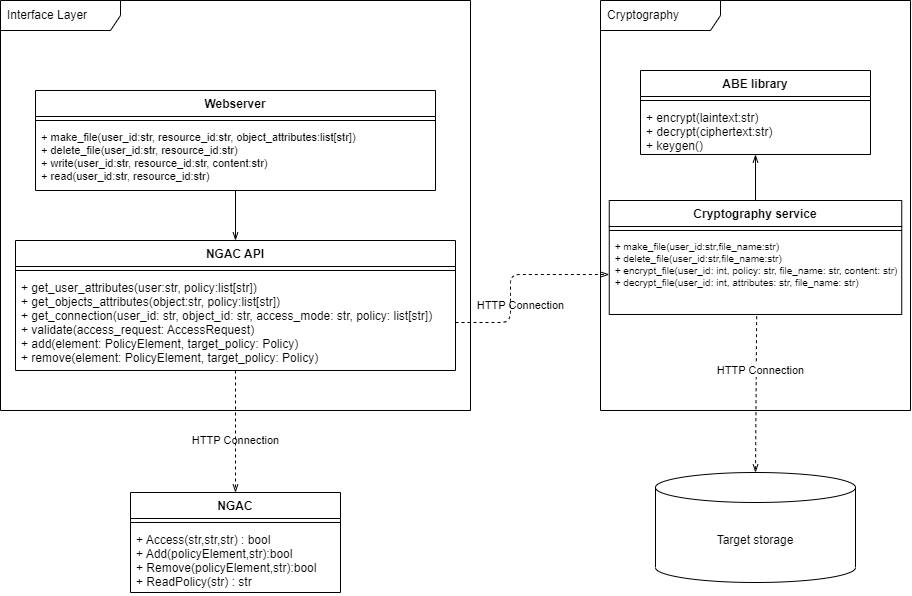
This is docs/design/system/system_design.drawio.png from ivajon/NGAC_ABE, a draw.io export, as it was before one commit. Source tidied: cells renumbered, new cells last; positions are measured from the earlier drawing's top-left corner, leaving out a move shared by most shapes. The source it was exported from:
```xml
<mxGraphModel>
  <root>
    <mxCell id="0" />
    <mxCell id="1" parent="0" />
    <mxCell id="2" value="Interface Layer" style="shape=umlFrame;whiteSpace=wrap;html=1;width=120;height=30;boundedLbl=1;verticalAlign=middle;align=left;spacingLeft=5;" parent="1" vertex="1">
      <mxGeometry width="470" height="410" as="geometry" />
    </mxCell>
    <mxCell id="3" style="edgeStyle=none;html=1;exitX=0.5;exitY=1;exitDx=0;exitDy=0;entryX=0.5;entryY=0;entryDx=0;entryDy=0;fontSize=11;endArrow=openThin;endFill=0;" parent="1" edge="1" source="4" target="7">
      <mxGeometry relative="1" as="geometry" />
    </mxCell>
    <mxCell id="4" value="Webserver" style="swimlane;fontStyle=1;align=center;verticalAlign=top;horizontal=1;startSize=26;" parent="1" vertex="1">
      <mxGeometry x="35" y="90" width="400" height="100" as="geometry" />
    </mxCell>
    <mxCell id="5" style="line;strokeWidth=1;fillColor=none;align=left;verticalAlign=middle;spacingTop=-1;spacingLeft=3;spacingRight=3;labelPosition=right;" parent="4" vertex="1">
      <mxGeometry y="26" width="400" height="8" as="geometry" />
    </mxCell>
    <mxCell id="6" value="+ make_file(user_id:str, resource_id:str, object_attributes:list[str])&#10;+ delete_file(user_id:str, resource_id:str)&#10;+ write(user_id:str, resource_id:str, content:str)&#10;+ read(user_id:str, resource_id:str)" style="text;strokeColor=none;fillColor=none;align=left;verticalAlign=top;spacingLeft=4;spacingRight=4;overflow=hidden;fontSize=11;" parent="4" vertex="1">
      <mxGeometry y="34" width="400" height="66" as="geometry" />
    </mxCell>
    <mxCell id="7" value="NGAC API" style="swimlane;fontStyle=1;align=center;verticalAlign=top;horizontal=1;startSize=26;" parent="1" vertex="1">
      <mxGeometry x="15" y="240" width="440" height="130" as="geometry" />
    </mxCell>
    <mxCell id="8" style="line;strokeWidth=1;fillColor=none;align=left;verticalAlign=middle;spacingTop=-1;spacingLeft=3;spacingRight=3;labelPosition=right;" parent="7" vertex="1">
      <mxGeometry y="26" width="440" height="8" as="geometry" />
    </mxCell>
    <mxCell id="9" value="+ get_user_attributes(user:str, policy:list[str])&#10;+ get_objects_attributes(object:str, policy:list[str])&#10;+ get_connection(user_id: str, object_id: str, access_mode: str, policy: list[str])&#10;+ validate(access_request: AccessRequest)&#10;+ add(element: PolicyElement, target_policy: Policy)&#10;+ remove(element: PolicyElement, target_policy: Policy)" style="text;strokeColor=none;fillColor=none;align=left;verticalAlign=top;spacingLeft=4;spacingRight=4;overflow=hidden;points=[[0,0.5],[1,0.5]];portConstraint=eastwest;" parent="7" vertex="1">
      <mxGeometry y="34" width="440" height="96" as="geometry" />
    </mxCell>
    <mxCell id="10" value="Cryptography" style="shape=umlFrame;whiteSpace=wrap;html=1;width=120;height=30;boundedLbl=1;verticalAlign=middle;align=left;spacingLeft=5;" parent="1" vertex="1">
      <mxGeometry x="600" width="310" height="410" as="geometry" />
    </mxCell>
    <mxCell id="11" value="&lt;span&gt;Target storage&lt;/span&gt;" style="shape=cylinder3;whiteSpace=wrap;html=1;boundedLbl=1;backgroundOutline=1;size=15;" parent="1" vertex="1">
      <mxGeometry x="655" y="472" width="200" height="110" as="geometry" />
    </mxCell>
    <mxCell id="12" style="edgeStyle=none;html=1;entryX=0.5;entryY=0;entryDx=0;entryDy=0;entryPerimeter=0;dashed=1;endArrow=openThin;endFill=0;exitX=0.504;exitY=1.021;exitDx=0;exitDy=0;exitPerimeter=0;" parent="1" edge="1" source="16" target="11">
      <mxGeometry relative="1" as="geometry" />
    </mxCell>
    <mxCell id="13" style="edgeStyle=none;html=1;exitX=0.5;exitY=0;exitDx=0;exitDy=0;entryX=0.5;entryY=1;entryDx=0;entryDy=0;endArrow=openThin;endFill=0;" parent="1" edge="1" source="14" target="23">
      <mxGeometry relative="1" as="geometry" />
    </mxCell>
    <mxCell id="14" value="Cryptography service" style="swimlane;fontStyle=1;align=center;verticalAlign=top;horizontal=1;startSize=26;" parent="1" vertex="1">
      <mxGeometry x="608.8" y="200" width="292.5" height="114" as="geometry" />
    </mxCell>
    <mxCell id="15" style="line;strokeWidth=1;fillColor=none;align=left;verticalAlign=middle;spacingTop=-1;spacingLeft=3;spacingRight=3;labelPosition=right;" parent="14" vertex="1">
      <mxGeometry y="26" width="292.5" height="8" as="geometry" />
    </mxCell>
    <mxCell id="16" value="+ make_file(user_id:str,file_name:str)&#10;+ delete_file(user_id:str,file_name:str)&#10;+ encrypt_file(user_id: int, policy: str, file_name: str, content: str)&#10;+ decrypt_file(user_id: int, attributes: str, file_name: str)" style="text;strokeColor=none;fillColor=none;align=left;verticalAlign=top;spacingLeft=4;spacingRight=4;overflow=hidden;points=[[0,0.5],[1,0.5]];portConstraint=eastwest;fontSize=10;" parent="14" vertex="1">
      <mxGeometry y="34" width="292.5" height="80" as="geometry" />
    </mxCell>
    <mxCell id="17" value="NGAC" style="swimlane;fontStyle=1;align=center;verticalAlign=top;horizontal=1;startSize=26;" parent="1" vertex="1">
      <mxGeometry x="130" y="492" width="210" height="100" as="geometry" />
    </mxCell>
    <mxCell id="18" style="line;strokeWidth=1;fillColor=none;align=left;verticalAlign=middle;spacingTop=-1;spacingLeft=3;spacingRight=3;labelPosition=right;" parent="17" vertex="1">
      <mxGeometry y="26" width="210" height="8" as="geometry" />
    </mxCell>
    <mxCell id="19" value="+ Access(str,str,str) : bool&#10;+ Add(policyElement,str):bool&#10;+ Remove(policyElement,str):bool&#10;+ ReadPolicy(str) : str&#10;" style="text;strokeColor=none;fillColor=none;align=left;verticalAlign=top;spacingLeft=4;spacingRight=4;overflow=hidden;points=[[0,0.5],[1,0.5]];portConstraint=eastwest;" parent="17" vertex="1">
      <mxGeometry y="34" width="210" height="66" as="geometry" />
    </mxCell>
    <mxCell id="20" value="HTTP Connection" style="edgeLabel;html=1;align=center;verticalAlign=middle;" parent="1" vertex="1">
      <mxGeometry x="520" y="305" as="geometry" />
    </mxCell>
    <mxCell id="21" value="HTTP Connection" style="edgeLabel;html=1;align=center;verticalAlign=middle;" parent="1" vertex="1">
      <mxGeometry x="760" y="370" as="geometry" />
    </mxCell>
    <mxCell id="22" value="HTTP Connection" style="edgeLabel;html=1;align=center;verticalAlign=middle;" parent="1" vertex="1">
      <mxGeometry x="235" y="440" as="geometry" />
    </mxCell>
    <mxCell id="23" value="ABE library" style="swimlane;fontStyle=1;align=center;verticalAlign=top;horizontal=1;startSize=26;" parent="1" vertex="1">
      <mxGeometry x="640" y="70" width="230" height="84" as="geometry" />
    </mxCell>
    <mxCell id="24" style="line;strokeWidth=1;fillColor=none;align=left;verticalAlign=middle;spacingTop=-1;spacingLeft=3;spacingRight=3;labelPosition=right;" parent="23" vertex="1">
      <mxGeometry y="26" width="230" height="8" as="geometry" />
    </mxCell>
    <mxCell id="25" value="+ encrypt(laintext:str)&#10;+ decrypt(ciphertext:str)&#10;+ keygen()" style="text;strokeColor=none;fillColor=none;align=left;verticalAlign=top;spacingLeft=4;spacingRight=4;overflow=hidden;" parent="23" vertex="1">
      <mxGeometry y="34" width="230" height="50" as="geometry" />
    </mxCell>
    <mxCell id="26" style="edgeStyle=none;html=1;dashed=1;endArrow=openThin;endFill=0;entryX=0.5;entryY=0;entryDx=0;entryDy=0;exitX=0.5;exitY=1;exitDx=0;exitDy=0;exitPerimeter=0;" parent="1" edge="1" source="9" target="17">
      <mxGeometry relative="1" as="geometry" />
    </mxCell>
    <mxCell id="27" style="edgeStyle=none;html=1;exitX=1;exitY=0.5;exitDx=0;exitDy=0;entryX=0;entryY=0.5;entryDx=0;entryDy=0;fontSize=11;endArrow=openThin;endFill=0;dashed=1;" parent="1" edge="1" source="9" target="16">
      <mxGeometry relative="1" as="geometry">
        <Array as="points">
          <mxPoint x="510" y="322" />
          <mxPoint x="510" y="300" />
          <mxPoint x="510" y="274" />
        </Array>
      </mxGeometry>
    </mxCell>
  </root>
</mxGraphModel>
```
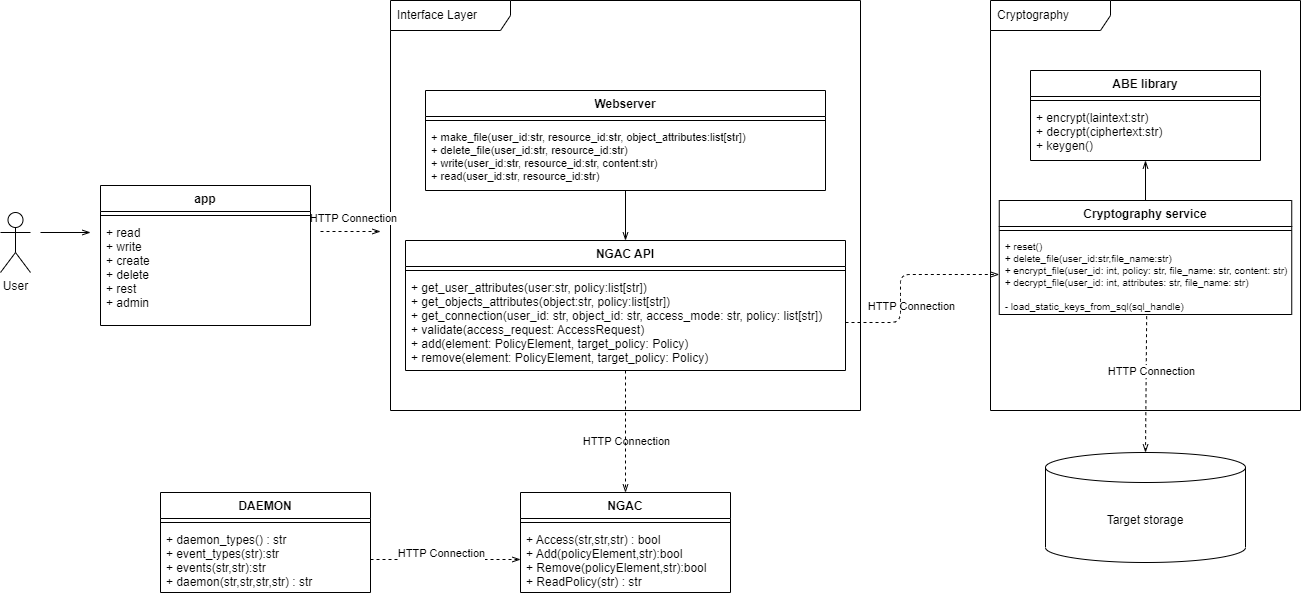
Above is the later version.

The edit, as a diff of the source:
```diff
@@ -30,11 +30,11 @@
       <mxGeometry x="600" width="310" height="410" as="geometry" />
     </mxCell>
     <mxCell id="11" value="&lt;span&gt;Target storage&lt;/span&gt;" style="shape=cylinder3;whiteSpace=wrap;html=1;boundedLbl=1;backgroundOutline=1;size=15;" parent="1" vertex="1">
-      <mxGeometry x="655" y="472" width="200" height="110" as="geometry" />
+      <mxGeometry x="655" y="452" width="200" height="110" as="geometry" />
     </mxCell>
-    <mxCell id="12" style="edgeStyle=none;html=1;entryX=0.5;entryY=0;entryDx=0;entryDy=0;entryPerimeter=0;dashed=1;endArrow=openThin;endFill=0;exitX=0.504;exitY=1.021;exitDx=0;exitDy=0;exitPerimeter=0;" parent="1" edge="1" source="16" target="11">
-      <mxGeometry relative="1" as="geometry" />
-    </mxCell>
+    <mxCell id="28" style="edgeStyle=none;html=1;entryX=0.5;entryY=0;entryDx=0;entryDy=0;entryPerimeter=0;dashed=1;endArrow=openThin;endFill=0;exitX=0.504;exitY=1.021;exitDx=0;exitDy=0;exitPerimeter=0;" parent="1" edge="1" source="29" target="11">
+      <mxGeometry relative="1" as="geometry" />
+    </mxCell>
     <mxCell id="13" style="edgeStyle=none;html=1;exitX=0.5;exitY=0;exitDx=0;exitDy=0;entryX=0.5;entryY=1;entryDx=0;entryDy=0;endArrow=openThin;endFill=0;" parent="1" edge="1" source="14" target="23">
       <mxGeometry relative="1" as="geometry" />
     </mxCell>
@@ -44,47 +44,91 @@
     <mxCell id="15" style="line;strokeWidth=1;fillColor=none;align=left;verticalAlign=middle;spacingTop=-1;spacingLeft=3;spacingRight=3;labelPosition=right;" parent="14" vertex="1">
       <mxGeometry y="26" width="292.5" height="8" as="geometry" />
     </mxCell>
-    <mxCell id="16" value="+ make_file(user_id:str,file_name:str)&#10;+ delete_file(user_id:str,file_name:str)&#10;+ encrypt_file(user_id: int, policy: str, file_name: str, content: str)&#10;+ decrypt_file(user_id: int, attributes: str, file_name: str)" style="text;strokeColor=none;fillColor=none;align=left;verticalAlign=top;spacingLeft=4;spacingRight=4;overflow=hidden;points=[[0,0.5],[1,0.5]];portConstraint=eastwest;fontSize=10;" parent="14" vertex="1">
-      <mxGeometry y="34" width="292.5" height="80" as="geometry" />
-    </mxCell>
+    <mxCell id="29" value="+ reset()&#10;+ delete_file(user_id:str,file_name:str)&#10;+ encrypt_file(user_id: int, policy: str, file_name: str, content: str)&#10;+ decrypt_file(user_id: int, attributes: str, file_name: str)&#10;&#10;- load_static_keys_from_sql(sql_handle)" style="text;strokeColor=none;fillColor=none;align=left;verticalAlign=top;spacingLeft=4;spacingRight=4;overflow=hidden;points=[[0,0.5],[1,0.5]];portConstraint=eastwest;fontSize=10;" parent="14" vertex="1">
+      <mxGeometry y="34" width="292.5" height="80" as="geometry" />
+    </mxCell>
     <mxCell id="17" value="NGAC" style="swimlane;fontStyle=1;align=center;verticalAlign=top;horizontal=1;startSize=26;" parent="1" vertex="1">
       <mxGeometry x="130" y="492" width="210" height="100" as="geometry" />
     </mxCell>
-    <mxCell id="18" style="line;strokeWidth=1;fillColor=none;align=left;verticalAlign=middle;spacingTop=-1;spacingLeft=3;spacingRight=3;labelPosition=right;" parent="17" vertex="1">
-      <mxGeometry y="26" width="210" height="8" as="geometry" />
-    </mxCell>
+    <mxCell id="30" style="line;strokeWidth=1;fillColor=none;align=left;verticalAlign=middle;spacingTop=-1;spacingLeft=3;spacingRight=3;labelPosition=right;" parent="17" vertex="1">
+      <mxGeometry y="26" width="210" height="8" as="geometry" />
+    </mxCell>
     <mxCell id="19" value="+ Access(str,str,str) : bool&#10;+ Add(policyElement,str):bool&#10;+ Remove(policyElement,str):bool&#10;+ ReadPolicy(str) : str&#10;" style="text;strokeColor=none;fillColor=none;align=left;verticalAlign=top;spacingLeft=4;spacingRight=4;overflow=hidden;points=[[0,0.5],[1,0.5]];portConstraint=eastwest;" parent="17" vertex="1">
       <mxGeometry y="34" width="210" height="66" as="geometry" />
     </mxCell>
-    <mxCell id="20" value="HTTP Connection" style="edgeLabel;html=1;align=center;verticalAlign=middle;" parent="1" vertex="1">
-      <mxGeometry x="520" y="305" as="geometry" />
-    </mxCell>
-    <mxCell id="21" value="HTTP Connection" style="edgeLabel;html=1;align=center;verticalAlign=middle;" parent="1" vertex="1">
-      <mxGeometry x="760" y="370" as="geometry" />
-    </mxCell>
-    <mxCell id="22" value="HTTP Connection" style="edgeLabel;html=1;align=center;verticalAlign=middle;" parent="1" vertex="1">
-      <mxGeometry x="235" y="440" as="geometry" />
-    </mxCell>
+    <mxCell id="31" value="HTTP Connection" style="edgeLabel;html=1;align=center;verticalAlign=middle;" parent="1" vertex="1">
+      <mxGeometry x="520" y="305" as="geometry" />
+    </mxCell>
+    <mxCell id="32" value="HTTP Connection" style="edgeLabel;html=1;align=center;verticalAlign=middle;" parent="1" vertex="1">
+      <mxGeometry x="760" y="370" as="geometry" />
+    </mxCell>
+    <mxCell id="33" value="HTTP Connection" style="edgeLabel;html=1;align=center;verticalAlign=middle;" parent="1" vertex="1">
+      <mxGeometry x="235" y="440" as="geometry" />
+    </mxCell>
     <mxCell id="23" value="ABE library" style="swimlane;fontStyle=1;align=center;verticalAlign=top;horizontal=1;startSize=26;" parent="1" vertex="1">
-      <mxGeometry x="640" y="70" width="230" height="84" as="geometry" />
+      <mxGeometry x="640" y="70" width="230" height="90" as="geometry" />
     </mxCell>
     <mxCell id="24" style="line;strokeWidth=1;fillColor=none;align=left;verticalAlign=middle;spacingTop=-1;spacingLeft=3;spacingRight=3;labelPosition=right;" parent="23" vertex="1">
       <mxGeometry y="26" width="230" height="8" as="geometry" />
     </mxCell>
     <mxCell id="25" value="+ encrypt(laintext:str)&#10;+ decrypt(ciphertext:str)&#10;+ keygen()" style="text;strokeColor=none;fillColor=none;align=left;verticalAlign=top;spacingLeft=4;spacingRight=4;overflow=hidden;" parent="23" vertex="1">
-      <mxGeometry y="34" width="230" height="50" as="geometry" />
+      <mxGeometry y="34" width="230" height="56" as="geometry" />
     </mxCell>
     <mxCell id="26" style="edgeStyle=none;html=1;dashed=1;endArrow=openThin;endFill=0;entryX=0.5;entryY=0;entryDx=0;entryDy=0;exitX=0.5;exitY=1;exitDx=0;exitDy=0;exitPerimeter=0;" parent="1" edge="1" source="9" target="17">
       <mxGeometry relative="1" as="geometry" />
     </mxCell>
-    <mxCell id="27" style="edgeStyle=none;html=1;exitX=1;exitY=0.5;exitDx=0;exitDy=0;entryX=0;entryY=0.5;entryDx=0;entryDy=0;fontSize=11;endArrow=openThin;endFill=0;dashed=1;" parent="1" edge="1" source="9" target="16">
-      <mxGeometry relative="1" as="geometry">
-        <Array as="points">
-          <mxPoint x="510" y="322" />
-          <mxPoint x="510" y="300" />
-          <mxPoint x="510" y="274" />
-        </Array>
-      </mxGeometry>
-    </mxCell>
+    <mxCell id="34" style="edgeStyle=none;html=1;exitX=1;exitY=0.5;exitDx=0;exitDy=0;entryX=0;entryY=0.5;entryDx=0;entryDy=0;fontSize=11;endArrow=openThin;endFill=0;dashed=1;" parent="1" edge="1" source="9" target="29">
+      <mxGeometry relative="1" as="geometry">
+        <Array as="points">
+          <mxPoint x="510" y="322" />
+          <mxPoint x="510" y="300" />
+          <mxPoint x="510" y="274" />
+        </Array>
+      </mxGeometry>
+    </mxCell>
+    <mxCell id="35" value="DAEMON&#10;" style="swimlane;fontStyle=1;align=center;verticalAlign=top;horizontal=1;startSize=26;" parent="1" vertex="1">
+      <mxGeometry x="-230" y="492" width="210" height="100" as="geometry" />
+    </mxCell>
+    <mxCell id="36" style="line;strokeWidth=1;fillColor=none;align=left;verticalAlign=middle;spacingTop=-1;spacingLeft=3;spacingRight=3;labelPosition=right;" parent="35" vertex="1">
+      <mxGeometry y="26" width="210" height="8" as="geometry" />
+    </mxCell>
+    <mxCell id="37" value="+ daemon_types() : str&#10;+ event_types(str):str&#10;+ events(str,str):str&#10;+ daemon(str,str,str,str) : str" style="text;strokeColor=none;fillColor=none;align=left;verticalAlign=top;spacingLeft=4;spacingRight=4;overflow=hidden;points=[[0,0.5],[1,0.5]];portConstraint=eastwest;" parent="35" vertex="1">
+      <mxGeometry y="34" width="210" height="66" as="geometry" />
+    </mxCell>
+    <mxCell id="38" style="edgeStyle=none;html=1;dashed=1;endArrow=openThin;endFill=0;entryX=0;entryY=0.5;entryDx=0;entryDy=0;exitX=1;exitY=0.5;exitDx=0;exitDy=0;" parent="1" edge="1" source="37" target="19">
+      <mxGeometry relative="1" as="geometry" />
+    </mxCell>
+    <mxCell id="39" value="HTTP Connection" style="edgeLabel;html=1;align=center;verticalAlign=middle;" parent="1" vertex="1">
+      <mxGeometry x="50" y="552" as="geometry" />
+    </mxCell>
+    <mxCell id="40" value="User&lt;br&gt;" style="shape=umlActor;verticalLabelPosition=bottom;verticalAlign=top;html=1;" parent="1" vertex="1">
+      <mxGeometry x="-390" y="212" width="30" height="60" as="geometry" />
+    </mxCell>
+    <mxCell id="41" style="edgeStyle=none;html=1;fontSize=11;endArrow=openThin;endFill=0;" parent="1" edge="1">
+      <mxGeometry relative="1" as="geometry">
+        <mxPoint x="-350" y="232" as="sourcePoint" />
+        <mxPoint x="-300" y="232" as="targetPoint" />
+      </mxGeometry>
+    </mxCell>
+    <mxCell id="42" style="edgeStyle=none;html=1;dashed=1;endArrow=openThin;endFill=0;" parent="1" edge="1">
+      <mxGeometry relative="1" as="geometry">
+        <mxPoint x="-70" y="231" as="sourcePoint" />
+        <mxPoint x="-10" y="231" as="targetPoint" />
+      </mxGeometry>
+    </mxCell>
+    <mxCell id="43" value="HTTP Connection" style="edgeLabel;html=1;align=center;verticalAlign=middle;" parent="1" vertex="1">
+      <mxGeometry x="-30" y="222" as="geometry">
+        <mxPoint x="-8" y="-5" as="offset" />
+      </mxGeometry>
+    </mxCell>
+    <mxCell id="44" value="app" style="swimlane;fontStyle=1;align=center;verticalAlign=top;horizontal=1;startSize=26;" parent="1" vertex="1">
+      <mxGeometry x="-290" y="185" width="210" height="140" as="geometry" />
+    </mxCell>
+    <mxCell id="45" style="line;strokeWidth=1;fillColor=none;align=left;verticalAlign=middle;spacingTop=-1;spacingLeft=3;spacingRight=3;labelPosition=right;" parent="44" vertex="1">
+      <mxGeometry y="26" width="210" height="8" as="geometry" />
+    </mxCell>
+    <mxCell id="46" value="+ read&#10;+ write&#10;+ create&#10;+ delete&#10;+ rest&#10;+ admin&#10;" style="text;strokeColor=none;fillColor=none;align=left;verticalAlign=top;spacingLeft=4;spacingRight=4;overflow=hidden;" parent="44" vertex="1">
+      <mxGeometry y="34" width="210" height="106" as="geometry" />
+    </mxCell>
   </root>
 </mxGraphModel>
```
